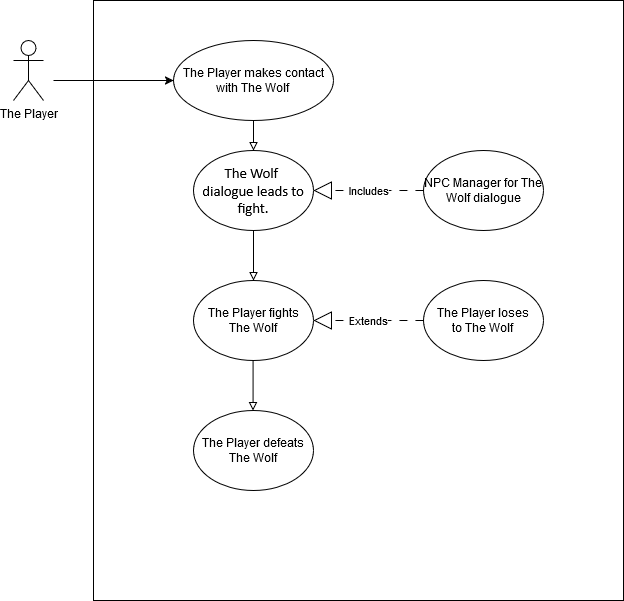
Earlier version of the draw.io export Docs/tl2/Todd Carter Works/Todd_Carter_Use_Case_Diagram.png (GreenSkyGames/Breaking-Red). Source tidied: cells renumbered, new cells last; positions are measured from the earlier drawing's top-left corner, leaving out a move shared by most shapes. Its diagram source:
```xml
<mxGraphModel background="#ffffff">
  <root>
    <mxCell id="0" />
    <mxCell id="1" parent="0" />
    <mxCell id="2" value="The Player" style="shape=umlActor;verticalLabelPosition=bottom;verticalAlign=top;html=1;" parent="1" vertex="1">
      <mxGeometry y="40" width="30" height="60" as="geometry" />
    </mxCell>
    <mxCell id="3" style="whiteSpace=wrap;html=1;" parent="1" vertex="1">
      <mxGeometry x="80" width="530" height="600" as="geometry" />
    </mxCell>
    <mxCell id="4" value="&lt;div&gt;The Player makes contact&lt;/div&gt;&lt;div&gt;with The Wolf&lt;br&gt;&lt;/div&gt;" style="ellipse;whiteSpace=wrap;html=1;" parent="1" vertex="1">
      <mxGeometry x="160" y="40" width="160" height="80" as="geometry" />
    </mxCell>
    <mxCell id="5" style="endArrow=classic;html=1;rounded=0;entryX=0;entryY=0.5;entryDx=0;entryDy=0;" parent="1" edge="1" target="4">
      <mxGeometry relative="1" as="geometry">
        <mxPoint x="40" y="80" as="sourcePoint" />
      </mxGeometry>
    </mxCell>
    <mxCell id="6" value="&lt;div&gt;&lt;span style=&quot;font-size:11.0pt;line-height:&lt;br/&gt;115%;font-family:&amp;quot;Calibri&amp;quot;,sans-serif;mso-ascii-theme-font:minor-latin;&lt;br/&gt;mso-fareast-font-family:Calibri;mso-fareast-theme-font:minor-latin;mso-hansi-theme-font:&lt;br/&gt;minor-latin;mso-bidi-font-family:&amp;quot;Times New Roman&amp;quot;;mso-bidi-theme-font:minor-bidi;&lt;br/&gt;mso-ansi-language:EN-CA;mso-fareast-language:EN-US;mso-bidi-language:AR-SA&quot; lang=&quot;EN-CA&quot;&gt;The Wolf&amp;nbsp;&lt;/span&gt;&lt;/div&gt;&lt;div&gt;&lt;span style=&quot;font-size:11.0pt;line-height:&lt;br/&gt;115%;font-family:&amp;quot;Calibri&amp;quot;,sans-serif;mso-ascii-theme-font:minor-latin;&lt;br/&gt;mso-fareast-font-family:Calibri;mso-fareast-theme-font:minor-latin;mso-hansi-theme-font:&lt;br/&gt;minor-latin;mso-bidi-font-family:&amp;quot;Times New Roman&amp;quot;;mso-bidi-theme-font:minor-bidi;&lt;br/&gt;mso-ansi-language:EN-CA;mso-fareast-language:EN-US;mso-bidi-language:AR-SA&quot; lang=&quot;EN-CA&quot;&gt;dialogue leads to fight.&lt;/span&gt;&lt;/div&gt;" style="ellipse;whiteSpace=wrap;html=1;" parent="1" vertex="1">
      <mxGeometry x="180" y="150" width="120" height="80" as="geometry" />
    </mxCell>
    <mxCell id="7" value="NPC Manager for The Wolf dialogue" style="ellipse;whiteSpace=wrap;html=1;" parent="1" vertex="1">
      <mxGeometry x="410" y="150" width="120" height="80" as="geometry" />
    </mxCell>
    <mxCell id="8" value="&lt;div&gt;The Player fights&lt;/div&gt;&lt;div&gt;The Wolf&lt;br&gt;&lt;/div&gt;" style="ellipse;whiteSpace=wrap;html=1;" parent="1" vertex="1">
      <mxGeometry x="180" y="280" width="120" height="80" as="geometry" />
    </mxCell>
    <mxCell id="9" value="&lt;div&gt;The Player loses&lt;/div&gt;&lt;div&gt;to The Wolf&lt;br&gt;&lt;/div&gt;" style="ellipse;whiteSpace=wrap;html=1;" parent="1" vertex="1">
      <mxGeometry x="410" y="280" width="120" height="80" as="geometry" />
    </mxCell>
    <mxCell id="10" value="&lt;div&gt;The Player defeats&lt;/div&gt;&lt;div&gt;The Wolf&lt;br&gt;&lt;/div&gt;" style="ellipse;whiteSpace=wrap;html=1;" parent="1" vertex="1">
      <mxGeometry x="180" y="410" width="120" height="80" as="geometry" />
    </mxCell>
    <mxCell id="11" style="endArrow=block;html=1;rounded=0;exitX=0.5;exitY=1;exitDx=0;exitDy=0;entryX=0.5;entryY=0;entryDx=0;entryDy=0;endFill=0;" parent="1" edge="1" source="4" target="6">
      <mxGeometry relative="1" as="geometry" />
    </mxCell>
    <mxCell id="12" style="endArrow=block;html=1;rounded=0;exitX=0.5;exitY=1;exitDx=0;exitDy=0;entryX=0.5;entryY=0;entryDx=0;entryDy=0;endFill=0;" parent="1" edge="1" source="6" target="8">
      <mxGeometry relative="1" as="geometry" />
    </mxCell>
    <mxCell id="13" value="Extends" style="endArrow=block;endSize=16;endFill=0;html=1;rounded=0;exitX=0;exitY=0.5;exitDx=0;exitDy=0;entryX=1;entryY=0.5;entryDx=0;entryDy=0;dashed=1;dashPattern=8 8;" parent="1" edge="1" source="9" target="8">
      <mxGeometry relative="1" as="geometry" />
    </mxCell>
    <mxCell id="14" style="endArrow=block;html=1;rounded=0;exitX=0.5;exitY=1;exitDx=0;exitDy=0;entryX=0.5;entryY=0;entryDx=0;entryDy=0;endFill=0;" parent="1" edge="1">
      <mxGeometry relative="1" as="geometry">
        <mxPoint x="239.6" y="360" as="sourcePoint" />
        <mxPoint x="239.6" y="410" as="targetPoint" />
      </mxGeometry>
    </mxCell>
    <mxCell id="15" value="Includes" style="endArrow=block;endSize=16;endFill=0;html=1;rounded=0;exitX=0;exitY=0.5;exitDx=0;exitDy=0;entryX=1;entryY=0.5;entryDx=0;entryDy=0;dashed=1;dashPattern=8 8;" parent="1" edge="1" source="7" target="6">
      <mxGeometry relative="1" as="geometry" />
    </mxCell>
  </root>
</mxGraphModel>
```
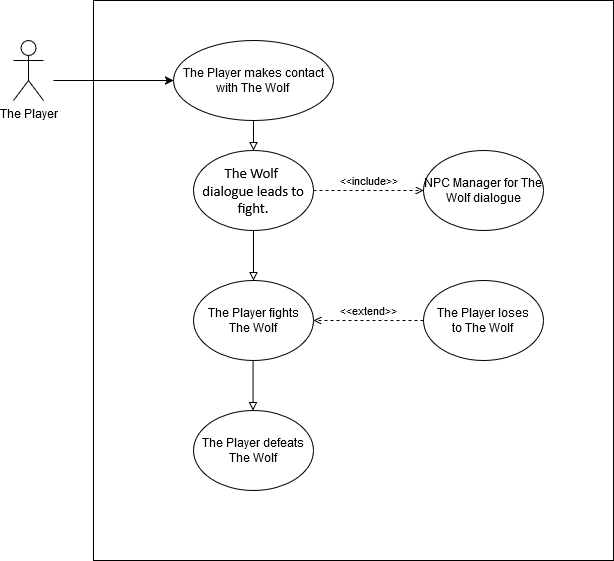
Above is the later version.

The edit, as a diff of the source:
```diff
@@ -6,7 +6,7 @@
       <mxGeometry y="40" width="30" height="60" as="geometry" />
     </mxCell>
     <mxCell id="3" style="whiteSpace=wrap;html=1;" parent="1" vertex="1">
-      <mxGeometry x="80" width="530" height="600" as="geometry" />
+      <mxGeometry x="80" width="520" height="560" as="geometry" />
     </mxCell>
     <mxCell id="4" value="&lt;div&gt;The Player makes contact&lt;/div&gt;&lt;div&gt;with The Wolf&lt;br&gt;&lt;/div&gt;" style="ellipse;whiteSpace=wrap;html=1;" parent="1" vertex="1">
       <mxGeometry x="160" y="40" width="160" height="80" as="geometry" />
@@ -37,17 +37,17 @@
     <mxCell id="12" style="endArrow=block;html=1;rounded=0;exitX=0.5;exitY=1;exitDx=0;exitDy=0;entryX=0.5;entryY=0;entryDx=0;entryDy=0;endFill=0;" parent="1" edge="1" source="6" target="8">
       <mxGeometry relative="1" as="geometry" />
     </mxCell>
+    <mxCell id="14" style="endArrow=block;html=1;rounded=0;exitX=0.5;exitY=1;exitDx=0;exitDy=0;entryX=0.5;entryY=0;entryDx=0;entryDy=0;endFill=0;" parent="1" edge="1">
+      <mxGeometry relative="1" as="geometry">
+        <mxPoint x="239.6" y="360" as="sourcePoint" />
+        <mxPoint x="239.6" y="410" as="targetPoint" />
+      </mxGeometry>
+    </mxCell>
+    <mxCell id="16" value="&amp;lt;&amp;lt;include&amp;gt;&amp;gt;" style="html=1;verticalAlign=bottom;labelBackgroundColor=none;endArrow=open;endFill=0;dashed=1;rounded=0;entryX=0;entryY=0.5;entryDx=0;entryDy=0;exitX=1;exitY=0.5;exitDx=0;exitDy=0;" parent="1" edge="1" source="6" target="7">
+      <mxGeometry relative="1" as="geometry" />
+    </mxCell>
-    <mxCell id="13" value="Extends" style="endArrow=block;endSize=16;endFill=0;html=1;rounded=0;exitX=0;exitY=0.5;exitDx=0;exitDy=0;entryX=1;entryY=0.5;entryDx=0;entryDy=0;dashed=1;dashPattern=8 8;" parent="1" edge="1" source="9" target="8">
+    <mxCell id="13" value="&amp;lt;&amp;lt;extend&amp;gt;&amp;gt;" style="html=1;verticalAlign=bottom;labelBackgroundColor=none;endArrow=open;endFill=0;dashed=1;rounded=0;exitX=0;exitY=0.5;exitDx=0;exitDy=0;entryX=1;entryY=0.5;entryDx=0;entryDy=0;" parent="1" edge="1" source="9" target="8">
       <mxGeometry relative="1" as="geometry" />
     </mxCell>
-    <mxCell id="14" style="endArrow=block;html=1;rounded=0;exitX=0.5;exitY=1;exitDx=0;exitDy=0;entryX=0.5;entryY=0;entryDx=0;entryDy=0;endFill=0;" parent="1" edge="1">
-      <mxGeometry relative="1" as="geometry">
-        <mxPoint x="239.6" y="360" as="sourcePoint" />
-        <mxPoint x="239.6" y="410" as="targetPoint" />
-      </mxGeometry>
-    </mxCell>
-    <mxCell id="15" value="Includes" style="endArrow=block;endSize=16;endFill=0;html=1;rounded=0;exitX=0;exitY=0.5;exitDx=0;exitDy=0;entryX=1;entryY=0.5;entryDx=0;entryDy=0;dashed=1;dashPattern=8 8;" parent="1" edge="1" source="7" target="6">
-      <mxGeometry relative="1" as="geometry" />
-    </mxCell>
   </root>
 </mxGraphModel>
```
